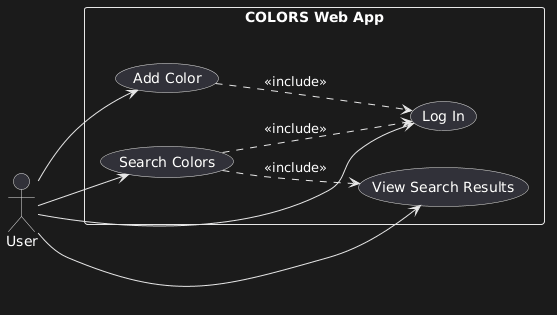
Above: docs/uml/usecase.png in BubbleheadGX/colors-lab (PlantUML), before the change. Its diagram source:
```plantuml
@startuml
left to right direction

actor User

rectangle "COLORS Web App" {
  usecase "Log In" as UC1
  usecase "Add Color" as UC2
  usecase "Search Colors" as UC3
  usecase "View Search Results" as UC4
}

User --> UC1
User --> UC2
User --> UC3
User --> UC4

UC2 ..> UC1 : <<include>>
UC3 ..> UC1 : <<include>>
UC3 ..> UC4 : <<include>>
@enduml
```
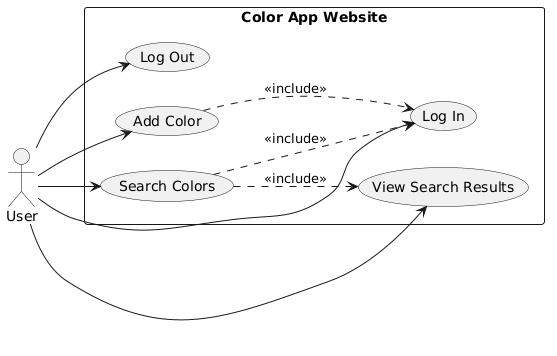
After the commit.

Commit message:
Update use case diagram

Diff of the diagram source:
```diff
@@ -3,19 +3,22 @@
 
 actor User
 
-rectangle "COLORS Web App" {
+rectangle "Color App Website" {
+
   usecase "Log In" as UC1
-  usecase "Add Color" as UC2
-  usecase "Search Colors" as UC3
-  usecase "View Search Results" as UC4
+  usecase "Log Out" as UC2
+  usecase "Add Color" as UC3
+  usecase "Search Colors" as UC4
+  usecase "View Search Results" as UC5
 }
 
 User --> UC1
 User --> UC2
 User --> UC3
 User --> UC4
+User --> UC5
 
-UC2 ..> UC1 : <<include>>
 UC3 ..> UC1 : <<include>>
-UC3 ..> UC4 : <<include>>
+UC4 ..> UC1 : <<include>>
+UC4 ..> UC5 : <<include>>
 @enduml
```
